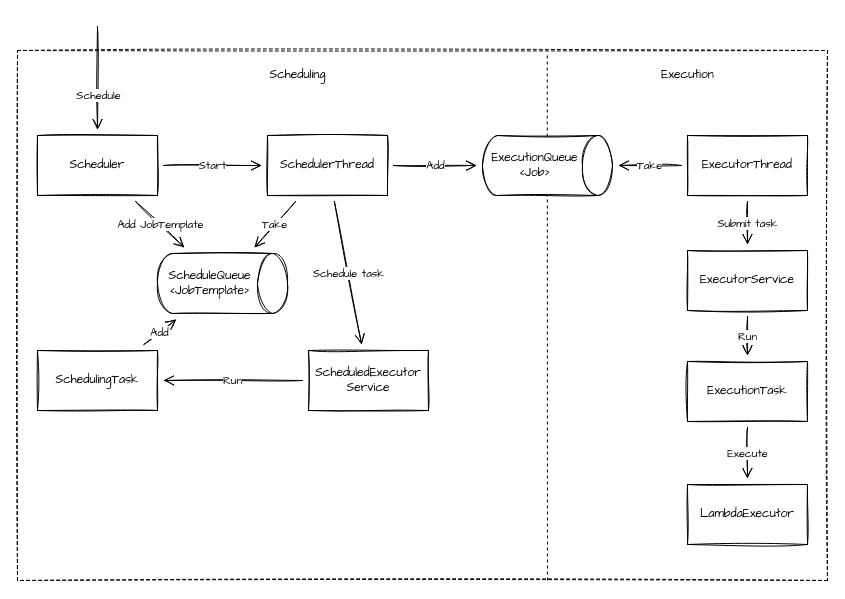
Above: page "ImplArch" (3 of 3) of lambda-job-scheduler.drawio in zatsepinvl/lambda-job-scheduler (draw.io), before the change. Source tidied: cells renumbered, new cells numbered last; positions are measured from the earlier drawing's top-left corner, leaving out a move shared by most shapes. Both pictures are drawn from the tidied source at 100%, with x=0, y=0 at pixel (17, 26).
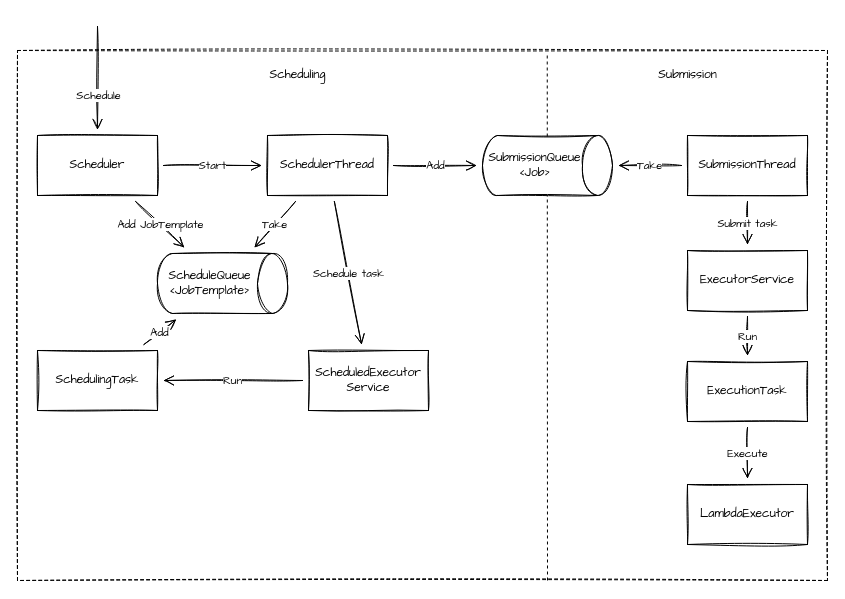
After the change.

The edit, as a diff of the source:
```diff
@@
-    <mxCell id="5" value="Execution" style="text;html=1;align=center;verticalAlign=middle;strokeColor=none;fillColor=none;fontFamily=Comic Sans MS;" parent="1" vertex="1">
-      <mxGeometry x="630" y="34" width="80" height="30" as="geometry" />
+    <mxCell id="5" value="Submission" style="text;html=1;align=center;verticalAlign=middle;strokeColor=none;fillColor=none;fontFamily=Comic Sans MS;" parent="1" vertex="1">
+      <mxGeometry x="630" y="36" width="80" height="26" as="geometry" />
     </mxCell>
@@
-    <mxCell id="8" value="ExecutorThread" style="rounded=0;whiteSpace=wrap;html=1;sketch=1;fontFamily=Comic Sans MS;" parent="1" vertex="1">
+    <mxCell id="8" value="SubmissionThread" style="rounded=0;whiteSpace=wrap;html=1;sketch=1;fontFamily=Comic Sans MS;" parent="1" vertex="1">
       <mxGeometry x="670" y="109" width="120" height="60" as="geometry" />
     </mxCell>
-    <mxCell id="9" value="ExecutionQueue&lt;br&gt;&amp;lt;Job&amp;gt;" style="shape=cylinder3;whiteSpace=wrap;html=1;boundedLbl=1;backgroundOutline=1;size=15;rotation=90;sketch=1;horizontal=0;fontFamily=Comic Sans MS;" parent="1" vertex="1">
+    <mxCell id="9" value="SubmissionQueue&lt;br&gt;&amp;lt;Job&amp;gt;" style="shape=cylinder3;whiteSpace=wrap;html=1;boundedLbl=1;backgroundOutline=1;size=15;rotation=90;sketch=1;horizontal=0;fontFamily=Comic Sans MS;" parent="1" vertex="1">
       <mxGeometry x="500" y="74" width="60" height="130" as="geometry" />
     </mxCell>
```
